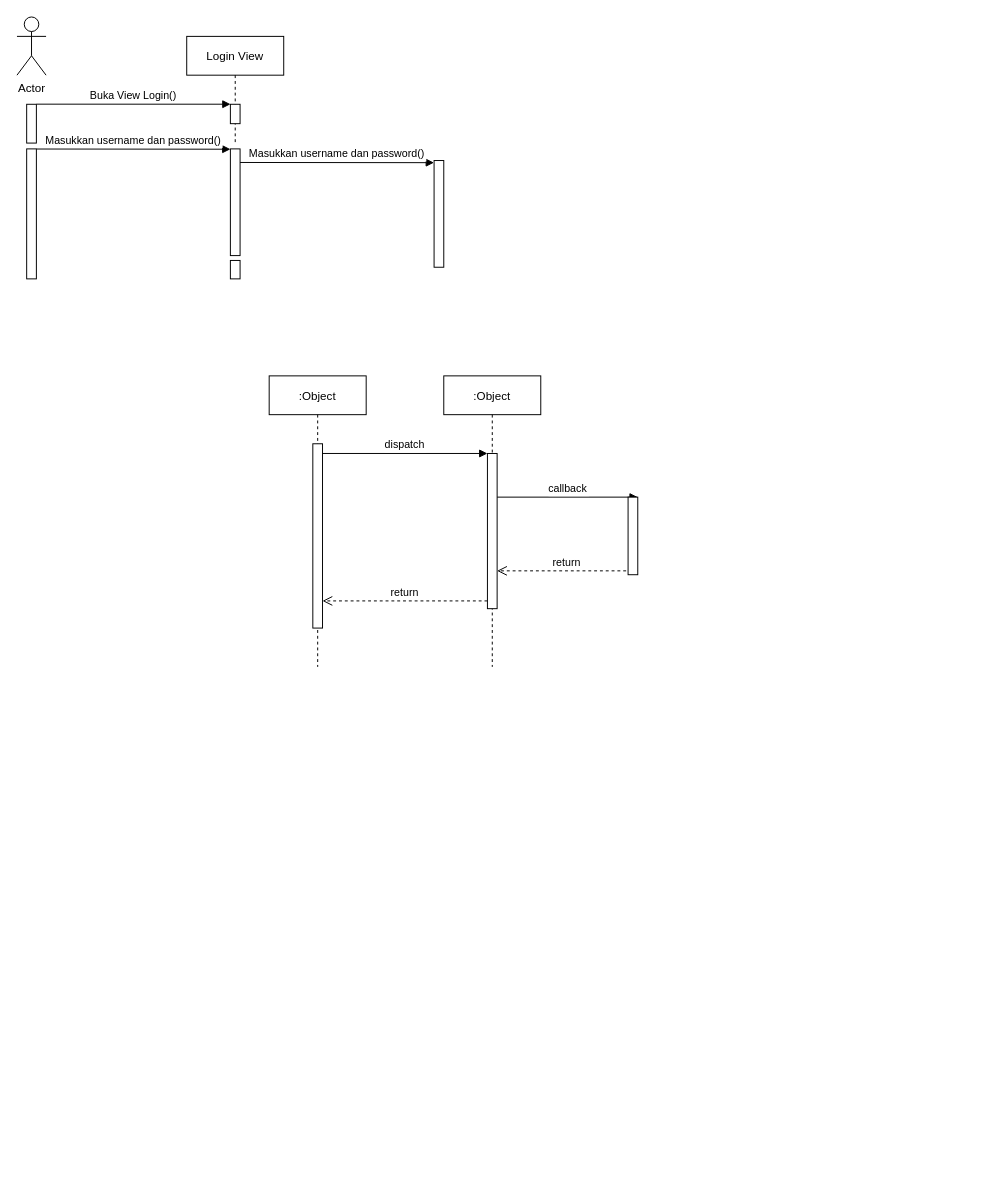
Above: Diagram Tanpa Judul.drawio in juanangelaalma/uml (draw.io), before the change. Source tidied: cells renumbered, new cells numbered last; positions are measured from the earlier drawing's top-left corner, leaving out a move shared by most shapes. Both pictures are drawn from the tidied source at 97%, with x=0, y=0 at pixel (16, 16).
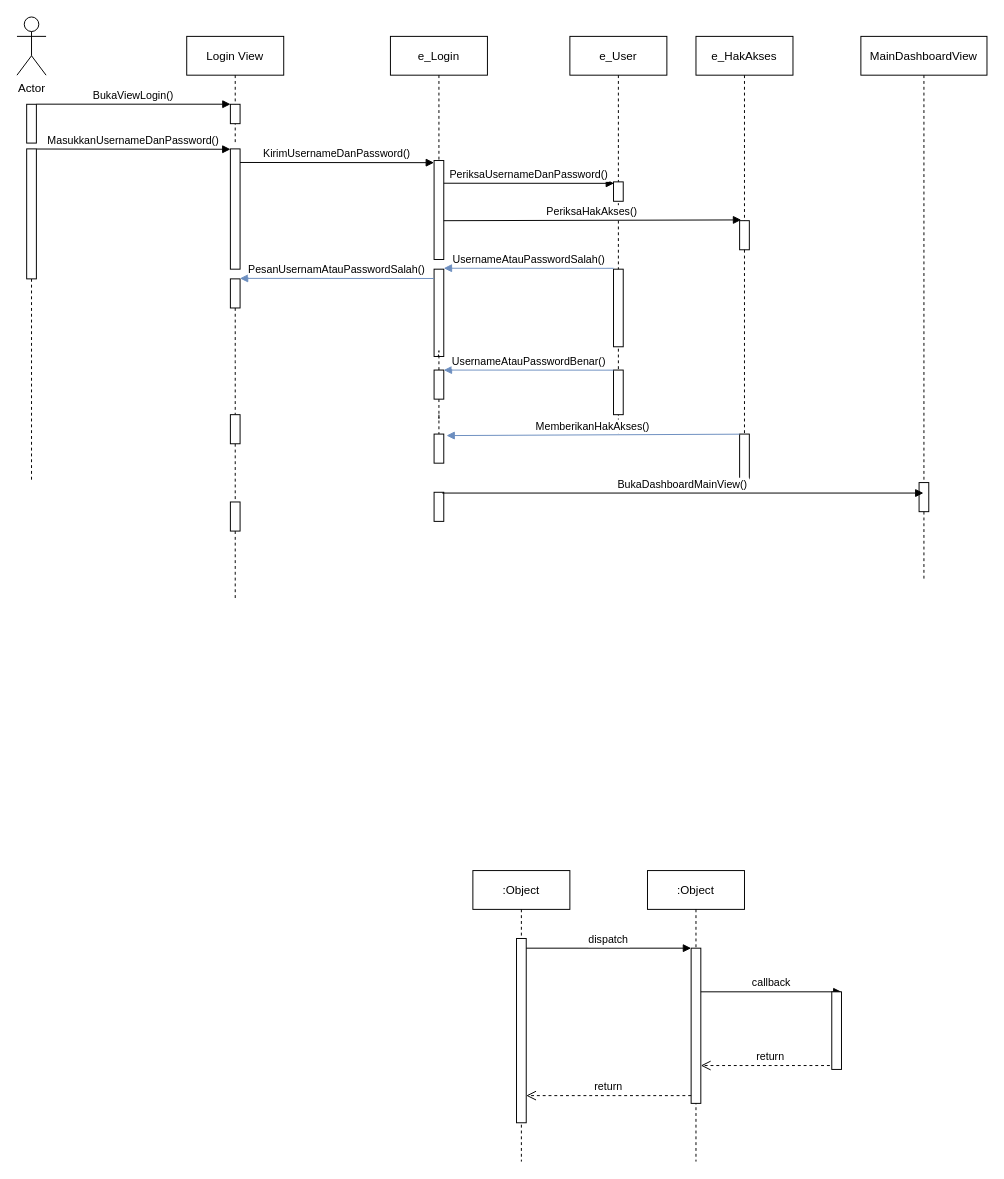
The same diagram, later.

The change refers to these unchanged cells:
```xml
<mxCell id="13" style="points=[];perimeter=orthogonalPerimeter;rounded=0;shadow=0;strokeWidth=1;" parent="12" vertex="1">
  <mxGeometry x="45" y="70" width="10" height="20" as="geometry" />
</mxCell>
<mxCell id="15" style="points=[];perimeter=orthogonalPerimeter;rounded=0;shadow=0;strokeWidth=1;" parent="1" vertex="1">
  <mxGeometry x="10" y="90" width="10" height="40" as="geometry" />
</mxCell>
<mxCell id="16" style="points=[];perimeter=orthogonalPerimeter;rounded=0;shadow=0;strokeWidth=1;" parent="1" vertex="1">
  <mxGeometry x="10" y="136" width="10" height="134" as="geometry" />
</mxCell>
```

The edit, as a diff of the source:
```diff
@@
     <mxCell id="2" value=":Object" style="shape=umlLifeline;perimeter=lifelinePerimeter;rounded=0;shadow=0;strokeWidth=1;" parent="1" vertex="1">
-      <mxGeometry x="260" y="370" width="100" height="300" as="geometry" />
+      <mxGeometry x="470" y="880" width="100" height="300" as="geometry" />
     </mxCell>
@@
     <mxCell id="4" value=":Object" style="shape=umlLifeline;perimeter=lifelinePerimeter;rounded=0;shadow=0;strokeWidth=1;" parent="1" vertex="1">
-      <mxGeometry x="440" y="370" width="100" height="300" as="geometry" />
+      <mxGeometry x="650" y="880" width="100" height="300" as="geometry" />
     </mxCell>
@@
     <mxCell id="10" style="points=[];perimeter=orthogonalPerimeter;rounded=0;shadow=0;strokeWidth=1;" parent="1" vertex="1">
-      <mxGeometry x="630" y="495" width="10" height="80" as="geometry" />
+      <mxGeometry x="840" y="1005" width="10" height="80" as="geometry" />
     </mxCell>
@@
-    <mxCell id="14" value="Buka View Login()" style="verticalAlign=bottom;endArrow=block;entryX=0.018;entryY=-0.003;shadow=0;strokeWidth=1;entryDx=0;entryDy=0;entryPerimeter=0;exitX=1.015;exitY=-0.003;exitDx=0;exitDy=0;exitPerimeter=0;" parent="1" edge="1" source="15" target="13">
+    <mxCell id="14" value="BukaViewLogin()" style="verticalAlign=bottom;endArrow=block;entryX=0.018;entryY=-0.003;shadow=0;strokeWidth=1;entryDx=0;entryDy=0;entryPerimeter=0;exitX=1.015;exitY=-0.003;exitDx=0;exitDy=0;exitPerimeter=0;" parent="1" edge="1" source="15" target="13">
       <mxGeometry relative="1" as="geometry" />
     </mxCell>
@@
+    <mxCell id="22" style="edgeStyle=orthogonalEdgeStyle;rounded=0;jettySize=auto;html=1;startArrow=none;startFill=0;endArrow=none;endFill=0;dashed=1;" parent="1" edge="1" source="16">
+      <mxGeometry relative="1" as="geometry">
+        <mxPoint x="15" y="480" as="targetPoint" />
+      </mxGeometry>
+    </mxCell>
@@
     <mxCell id="17" style="points=[];perimeter=orthogonalPerimeter;rounded=0;shadow=0;strokeWidth=1;" parent="1" vertex="1">
-      <mxGeometry x="220" y="136" width="10" height="110" as="geometry" />
+      <mxGeometry x="220" y="136" width="10" height="124" as="geometry" />
     </mxCell>
-    <mxCell id="18" value="Masukkan username dan password()" style="verticalAlign=bottom;endArrow=block;entryX=0.009;entryY=0.003;shadow=0;strokeWidth=1;entryDx=0;entryDy=0;entryPerimeter=0;exitX=1.017;exitY=0.001;exitDx=0;exitDy=0;exitPerimeter=0;" parent="1" edge="1" source="16" target="17">
+    <mxCell id="18" value="MasukkanUsernameDanPassword()" style="verticalAlign=bottom;endArrow=block;entryX=0.009;entryY=0.003;shadow=0;strokeWidth=1;entryDx=0;entryDy=0;entryPerimeter=0;exitX=1.017;exitY=0.001;exitDx=0;exitDy=0;exitPerimeter=0;" parent="1" edge="1" source="16" target="17">
       <mxGeometry relative="1" as="geometry" />
     </mxCell>
+    <mxCell id="23" style="edgeStyle=orthogonalEdgeStyle;rounded=0;jettySize=auto;html=1;dashed=1;startArrow=none;startFill=0;endArrow=none;endFill=0;" parent="1" edge="1" source="19">
+      <mxGeometry relative="1" as="geometry">
+        <mxPoint x="225" y="410" as="targetPoint" />
+      </mxGeometry>
+    </mxCell>
     <mxCell id="19" style="points=[];perimeter=orthogonalPerimeter;rounded=0;shadow=0;strokeWidth=1;" parent="1" vertex="1">
-      <mxGeometry x="220" y="251" width="10" height="19" as="geometry" />
+      <mxGeometry x="220" y="270" width="10" height="30" as="geometry" />
     </mxCell>
-    <mxCell id="20" value="Masukkan username dan password()" style="verticalAlign=bottom;endArrow=block;entryX=0.009;entryY=0.003;shadow=0;strokeWidth=1;entryDx=0;entryDy=0;entryPerimeter=0;exitX=1.017;exitY=0.001;exitDx=0;exitDy=0;exitPerimeter=0;" parent="1" edge="1">
+    <mxCell id="20" value="KirimUsernameDanPassword()" style="verticalAlign=bottom;endArrow=block;entryX=0.009;entryY=0.003;shadow=0;strokeWidth=1;entryDx=0;entryDy=0;entryPerimeter=0;exitX=1.017;exitY=0.001;exitDx=0;exitDy=0;exitPerimeter=0;" parent="1" edge="1">
       <mxGeometry relative="1" as="geometry">
         <mxPoint x="230" y="150" as="sourcePoint" />
         <mxPoint x="429.9" y="150.2" as="targetPoint" />
       </mxGeometry>
     </mxCell>
     <mxCell id="21" style="points=[];perimeter=orthogonalPerimeter;rounded=0;shadow=0;strokeWidth=1;" parent="1" vertex="1">
-      <mxGeometry x="430" y="148" width="10" height="110" as="geometry" />
+      <mxGeometry x="430" y="148" width="10" height="102" as="geometry" />
     </mxCell>
+    <mxCell id="24" value="e_Login" style="shape=umlLifeline;perimeter=lifelinePerimeter;rounded=0;shadow=0;strokeWidth=1;" parent="1" vertex="1">
+      <mxGeometry x="385" y="20" width="100" height="130" as="geometry" />
+    </mxCell>
+    <mxCell id="25" value="e_User" style="shape=umlLifeline;perimeter=lifelinePerimeter;rounded=0;shadow=0;strokeWidth=1;" parent="1" vertex="1">
+      <mxGeometry x="570" y="20" width="100" height="410" as="geometry" />
+    </mxCell>
+    <mxCell id="26" style="perimeter=orthogonalPerimeter;rounded=0;shadow=0;strokeWidth=1;" parent="25" vertex="1">
+      <mxGeometry x="45" y="240" width="10" height="80" as="geometry" />
+    </mxCell>
+    <mxCell id="27" style="perimeter=orthogonalPerimeter;rounded=0;shadow=0;strokeWidth=1;" parent="25" vertex="1">
+      <mxGeometry x="45" y="344" width="10" height="46" as="geometry" />
+    </mxCell>
+    <mxCell id="28" style="perimeter=orthogonalPerimeter;rounded=0;shadow=0;strokeWidth=1;" parent="1" vertex="1">
+      <mxGeometry x="615" y="170" width="10" height="20" as="geometry" />
+    </mxCell>
+    <mxCell id="29" value="e_HakAkses" style="shape=umlLifeline;perimeter=lifelinePerimeter;rounded=0;shadow=0;strokeWidth=1;" parent="1" vertex="1">
+      <mxGeometry x="700" y="20" width="100" height="210" as="geometry" />
+    </mxCell>
+    <mxCell id="30" style="points=[];perimeter=orthogonalPerimeter;rounded=0;shadow=0;strokeWidth=1;" parent="29" vertex="1">
+      <mxGeometry x="45" y="190" width="10" height="30" as="geometry" />
+    </mxCell>
+    <mxCell id="31" value="MainDashboardView" style="shape=umlLifeline;perimeter=lifelinePerimeter;rounded=0;shadow=0;strokeWidth=1;" parent="1" vertex="1">
+      <mxGeometry x="870" y="20" width="130" height="560" as="geometry" />
+    </mxCell>
+    <mxCell id="32" style="perimeter=orthogonalPerimeter;rounded=0;shadow=0;strokeWidth=1;" parent="31" vertex="1">
+      <mxGeometry x="60" y="460" width="10" height="30" as="geometry" />
+    </mxCell>
+    <mxCell id="33" value="PeriksaUsernameDanPassword()" style="verticalAlign=bottom;endArrow=block;entryX=0.048;entryY=0.382;shadow=0;strokeWidth=1;entryDx=0;entryDy=0;entryPerimeter=0;exitX=1;exitY=0.304;exitDx=0;exitDy=0;exitPerimeter=0;" parent="1" edge="1">
+      <mxGeometry relative="1" as="geometry">
+        <mxPoint x="440" y="171.4" as="sourcePoint" />
+        <mxPoint x="615.5" y="171.5" as="targetPoint" />
+      </mxGeometry>
+    </mxCell>
+    <mxCell id="34" value="PeriksaHakAkses()" style="verticalAlign=bottom;endArrow=block;entryX=0.162;entryY=-0.026;shadow=0;strokeWidth=1;entryDx=0;entryDy=0;entryPerimeter=0;exitX=1;exitY=0.608;exitDx=0;exitDy=0;exitPerimeter=0;" parent="1" edge="1" source="21" target="30">
+      <mxGeometry relative="1" as="geometry" />
+    </mxCell>
+    <mxCell id="35" value="UsernameAtauPasswordSalah()" style="verticalAlign=bottom;endArrow=none;entryX=0.162;entryY=-0.026;shadow=0;strokeWidth=1;entryDx=0;entryDy=0;entryPerimeter=0;endFill=0;startArrow=block;startFill=1;fillColor=#dae8fc;strokeColor=#6c8ebf;" parent="1" edge="1">
+      <mxGeometry relative="1" as="geometry">
+        <mxPoint x="440" y="259" as="sourcePoint" />
+        <mxPoint x="615" y="259.1" as="targetPoint" />
+      </mxGeometry>
+    </mxCell>
+    <mxCell id="36" style="points=[];perimeter=orthogonalPerimeter;rounded=0;shadow=0;strokeWidth=1;" parent="1" vertex="1">
+      <mxGeometry x="430" y="260" width="10" height="90" as="geometry" />
+    </mxCell>
+    <mxCell id="37" value="PesanUsernamAtauPasswordSalah()" style="verticalAlign=bottom;endArrow=none;entryX=0.162;entryY=-0.026;shadow=0;strokeWidth=1;entryDx=0;entryDy=0;entryPerimeter=0;endFill=0;startArrow=block;startFill=1;fillColor=#dae8fc;strokeColor=#6c8ebf;exitX=0.984;exitY=-0.017;exitDx=0;exitDy=0;exitPerimeter=0;" parent="1" edge="1" source="19">
+      <mxGeometry relative="1" as="geometry">
+        <mxPoint x="430" y="269.6" as="targetPoint" />
+      </mxGeometry>
+    </mxCell>
+    <mxCell id="38" style="edgeStyle=orthogonalEdgeStyle;rounded=0;jettySize=auto;html=1;dashed=1;startArrow=none;startFill=0;endArrow=none;endFill=0;" parent="1" edge="1" source="39" target="41">
+      <mxGeometry relative="1" as="geometry" />
+    </mxCell>
+    <mxCell id="39" style="points=[];perimeter=orthogonalPerimeter;rounded=0;shadow=0;strokeWidth=1;" parent="1" vertex="1">
+      <mxGeometry x="220" y="410" width="10" height="30" as="geometry" />
+    </mxCell>
+    <mxCell id="40" style="edgeStyle=orthogonalEdgeStyle;rounded=0;jettySize=auto;html=1;dashed=1;startArrow=none;startFill=0;endArrow=none;endFill=0;" parent="1" edge="1" source="41">
+      <mxGeometry relative="1" as="geometry">
+        <mxPoint x="225" y="600" as="targetPoint" />
+      </mxGeometry>
+    </mxCell>
+    <mxCell id="41" style="points=[];perimeter=orthogonalPerimeter;rounded=0;shadow=0;strokeWidth=1;" parent="1" vertex="1">
+      <mxGeometry x="220" y="500" width="10" height="30" as="geometry" />
+    </mxCell>
+    <mxCell id="42" style="edgeStyle=orthogonalEdgeStyle;rounded=0;jettySize=auto;html=1;dashed=1;startArrow=none;startFill=0;endArrow=none;endFill=0;entryX=0.432;entryY=1.002;entryDx=0;entryDy=0;entryPerimeter=0;" parent="1" edge="1" source="44" target="36">
+      <mxGeometry relative="1" as="geometry" />
+    </mxCell>
+    <mxCell id="43" style="edgeStyle=orthogonalEdgeStyle;rounded=0;jettySize=auto;html=1;dashed=1;startArrow=none;startFill=0;endArrow=none;endFill=0;" parent="1" edge="1" source="44" target="46">
+      <mxGeometry relative="1" as="geometry" />
+    </mxCell>
+    <mxCell id="44" style="points=[];perimeter=orthogonalPerimeter;rounded=0;shadow=0;strokeWidth=1;" parent="1" vertex="1">
+      <mxGeometry x="430" y="364" width="10" height="30" as="geometry" />
+    </mxCell>
+    <mxCell id="45" value="UsernameAtauPasswordBenar()" style="verticalAlign=bottom;endArrow=none;entryX=0.162;entryY=-0.026;shadow=0;strokeWidth=1;entryDx=0;entryDy=0;entryPerimeter=0;endFill=0;startArrow=block;startFill=1;fillColor=#dae8fc;strokeColor=#6c8ebf;" parent="1" edge="1">
+      <mxGeometry relative="1" as="geometry">
+        <mxPoint x="440" y="364" as="sourcePoint" />
+        <mxPoint x="615" y="364.1" as="targetPoint" />
+      </mxGeometry>
+    </mxCell>
+    <mxCell id="46" style="points=[];perimeter=orthogonalPerimeter;rounded=0;shadow=0;strokeWidth=1;" parent="1" vertex="1">
+      <mxGeometry x="430" y="430" width="10" height="30" as="geometry" />
+    </mxCell>
+    <mxCell id="47" style="points=[];perimeter=orthogonalPerimeter;rounded=0;shadow=0;strokeWidth=1;" parent="1" vertex="1">
+      <mxGeometry x="745" y="430" width="10" height="46" as="geometry" />
+    </mxCell>
+    <mxCell id="48" style="edgeStyle=orthogonalEdgeStyle;rounded=0;jettySize=auto;html=1;dashed=1;startArrow=none;startFill=0;endArrow=none;endFill=0;" parent="1" edge="1" source="30" target="47">
+      <mxGeometry relative="1" as="geometry" />
+    </mxCell>
+    <mxCell id="49" value="MemberikanHakAkses()" style="verticalAlign=bottom;endArrow=none;entryX=0.162;entryY=-0.026;shadow=0;strokeWidth=1;entryDx=0;entryDy=0;entryPerimeter=0;endFill=0;startArrow=block;startFill=1;fillColor=#dae8fc;strokeColor=#6c8ebf;exitX=1.282;exitY=0.052;exitDx=0;exitDy=0;exitPerimeter=0;" parent="1" edge="1" source="46">
+      <mxGeometry relative="1" as="geometry">
+        <mxPoint x="745" y="430.1" as="targetPoint" />
+      </mxGeometry>
+    </mxCell>
+    <mxCell id="50" style="perimeter=orthogonalPerimeter;rounded=0;shadow=0;strokeWidth=1;" parent="1" vertex="1">
+      <mxGeometry x="430" y="490" width="10" height="30" as="geometry" />
+    </mxCell>
+    <mxCell id="51" value="BukaDashboardMainView()" style="verticalAlign=bottom;endArrow=block;shadow=0;strokeWidth=1;exitX=1;exitY=0.608;exitDx=0;exitDy=0;exitPerimeter=0;" parent="1" edge="1" target="31">
+      <mxGeometry relative="1" as="geometry">
+        <mxPoint x="438.4" y="490.8" as="sourcePoint" />
+      </mxGeometry>
+    </mxCell>
```
